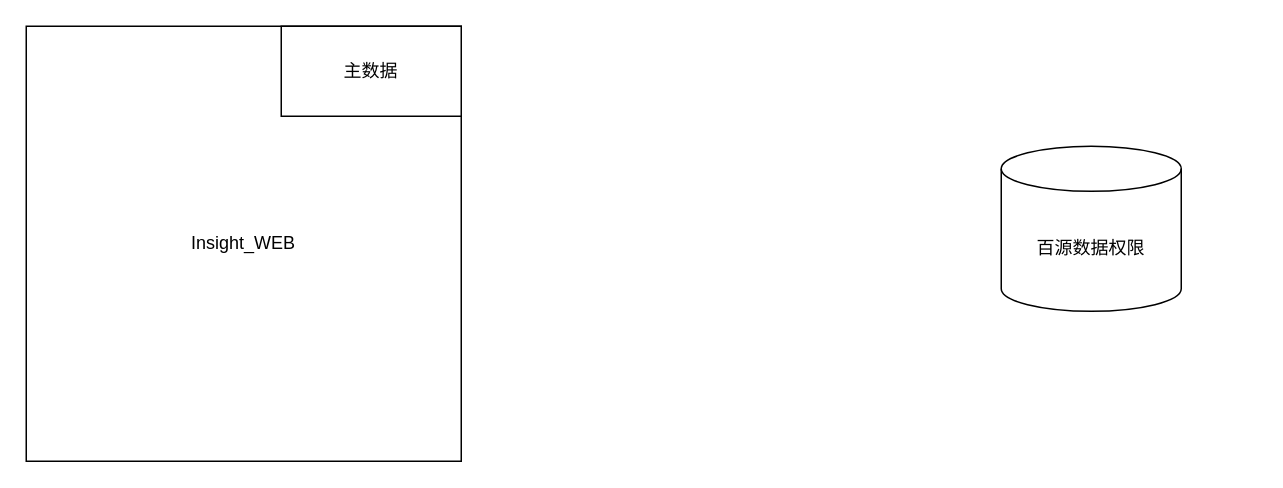
Before: 百源.drawio in ChrisFynnWang/algorithm, a draw.io diagram. Source tidied: cells renumbered, new cells numbered last; positions are measured from the earlier drawing's top-left corner, leaving out a move shared by most shapes. Both pictures are drawn from the tidied source at 150%, with x=0, y=0 at pixel (26, 26).
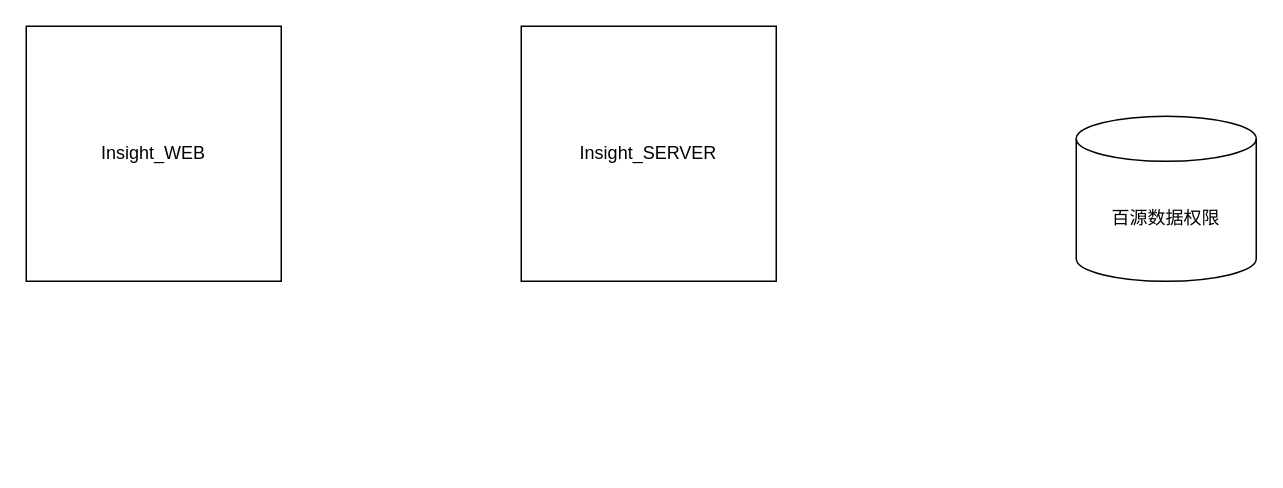
Above is the later version.

Diff of the diagram source:
```diff
@@
 <mxGraphModel>
   <root>
     <mxCell id="0" />
     <mxCell id="1" parent="0" />
     <mxCell id="2" value="Insight_WEB" style="whiteSpace=wrap;html=1;" parent="1" vertex="1">
-      <mxGeometry width="290" height="290" as="geometry" />
+      <mxGeometry width="170" height="170" as="geometry" />
     </mxCell>
-    <mxCell id="3" value="主数据" style="rounded=0;whiteSpace=wrap;html=1;" parent="1" vertex="1">
-      <mxGeometry x="170" width="120" height="60" as="geometry" />
-    </mxCell>
     <mxCell id="4" value="百源数据权限" style="shape=cylinder3;whiteSpace=wrap;html=1;boundedLbl=1;backgroundOutline=1;size=15;" parent="1" vertex="1">
-      <mxGeometry x="650" y="80" width="120" height="110" as="geometry" />
+      <mxGeometry x="700" y="60" width="120" height="110" as="geometry" />
     </mxCell>
+    <mxCell id="5" value="Insight_SERVER" style="whiteSpace=wrap;html=1;" parent="1" vertex="1">
+      <mxGeometry x="330" width="170" height="170" as="geometry" />
+    </mxCell>
   </root>
 </mxGraphModel>
```
